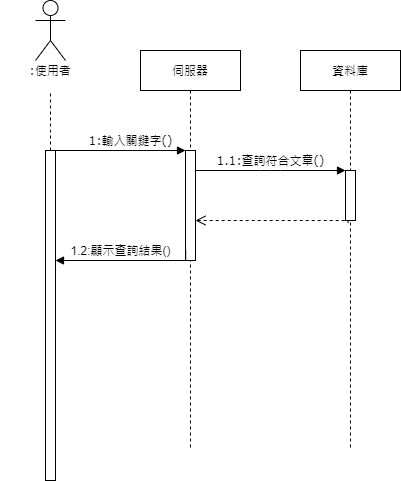
10746010/Plearnet-back-end keeps this draw.io diagram as src/main/uml/keysearch-2.png. Above is the earlier version. Source tidied: cells renumbered, new cells last; positions are measured from the earlier drawing's top-left corner, leaving out a move shared by most shapes. Its diagram source:
```xml
<mxGraphModel background="#ffffff">
  <root>
    <mxCell id="0" />
    <mxCell id="1" parent="0" />
    <mxCell id="2" value="伺服器" style="shape=umlLifeline;perimeter=lifelinePerimeter;whiteSpace=wrap;html=1;rounded=0;shadow=0;comic=0;labelBackgroundColor=none;strokeWidth=1;fontFamily=Verdana;fontSize=12;align=center;" parent="1" vertex="1">
      <mxGeometry x="140" y="50" width="100" height="400" as="geometry" />
    </mxCell>
    <mxCell id="3" style="html=1;points=[];perimeter=orthogonalPerimeter;rounded=0;shadow=0;comic=0;labelBackgroundColor=none;strokeWidth=1;fontFamily=Verdana;fontSize=12;align=center;" parent="2" vertex="1">
      <mxGeometry x="45" y="100" width="10" height="110" as="geometry" />
    </mxCell>
    <mxCell id="4" style="html=1;verticalAlign=bottom;endArrow=open;dashed=1;endSize=8;rounded=0;edgeStyle=orthogonalEdgeStyle;exitX=0.26;exitY=1.052;exitDx=0;exitDy=0;exitPerimeter=0;" parent="2" edge="1" source="6">
      <mxGeometry relative="1" as="geometry">
        <mxPoint x="55" y="170" as="targetPoint" />
        <Array as="points">
          <mxPoint x="208" y="170" />
        </Array>
      </mxGeometry>
    </mxCell>
    <mxCell id="5" value="資料庫" style="shape=umlLifeline;perimeter=lifelinePerimeter;whiteSpace=wrap;html=1;rounded=0;shadow=0;comic=0;labelBackgroundColor=none;strokeWidth=1;fontFamily=Verdana;fontSize=12;align=center;" parent="1" vertex="1">
      <mxGeometry x="300" y="50" width="100" height="400" as="geometry" />
    </mxCell>
    <mxCell id="6" style="html=1;points=[];perimeter=orthogonalPerimeter;rounded=0;shadow=0;comic=0;labelBackgroundColor=none;strokeWidth=1;fontFamily=Verdana;fontSize=12;align=center;" parent="5" vertex="1">
      <mxGeometry x="45" y="120" width="10" height="50" as="geometry" />
    </mxCell>
    <mxCell id="7" value=":使用者" style="shape=umlLifeline;perimeter=lifelinePerimeter;whiteSpace=wrap;html=1;rounded=1;shadow=0;comic=0;labelBackgroundColor=none;strokeWidth=1;fontFamily=Verdana;fontSize=12;align=center;fillColor=none;size=40;strokeColor=none;" parent="1" vertex="1">
      <mxGeometry y="50" width="100" height="400" as="geometry" />
    </mxCell>
    <mxCell id="8" style="html=1;points=[];perimeter=orthogonalPerimeter;rounded=0;shadow=0;comic=0;labelBackgroundColor=none;strokeWidth=1;fontFamily=Verdana;fontSize=12;align=center;" parent="7" vertex="1">
      <mxGeometry x="45" y="100" width="10" height="330" as="geometry" />
    </mxCell>
    <mxCell id="9" value="1:輸入關鍵字()" style="html=1;verticalAlign=bottom;endArrow=block;entryX=0;entryY=0;labelBackgroundColor=none;fontFamily=Verdana;fontSize=12;edgeStyle=elbowEdgeStyle;elbow=vertical;" parent="1" edge="1" source="8" target="3">
      <mxGeometry x="0.15" relative="1" as="geometry" />
    </mxCell>
    <mxCell id="10" value="1.1:查詢符合文章()" style="html=1;verticalAlign=bottom;endArrow=block;entryX=0;entryY=0;labelBackgroundColor=none;fontFamily=Verdana;fontSize=12;edgeStyle=elbowEdgeStyle;elbow=vertical;" parent="1" edge="1" source="3" target="6">
      <mxGeometry relative="1" as="geometry" />
    </mxCell>
    <mxCell id="11" style="shape=umlActor;verticalLabelPosition=bottom;verticalAlign=top;html=1;fillColor=none;gradientColor=none;" parent="1" vertex="1">
      <mxGeometry x="35" width="30" height="60" as="geometry" />
    </mxCell>
    <mxCell id="12" style="edgeStyle=orthogonalEdgeStyle;rounded=0;jettySize=auto;html=1;endArrow=none;endFill=0;dashed=1;" parent="1" edge="1" source="8">
      <mxGeometry relative="1" as="geometry">
        <mxPoint x="50" y="90" as="targetPoint" />
        <Array as="points">
          <mxPoint x="50" y="130" />
          <mxPoint x="50" y="130" />
        </Array>
      </mxGeometry>
    </mxCell>
    <mxCell id="13" value="1.2:顯示查詢結果()" style="edgeStyle=orthogonalEdgeStyle;rounded=0;jettySize=auto;html=1;endArrow=block;endFill=1;exitX=0.02;exitY=0.909;exitDx=0;exitDy=0;exitPerimeter=0;" parent="1" edge="1" source="3">
      <mxGeometry x="0.07" y="-10" relative="1" as="geometry">
        <mxPoint x="55" y="260" as="targetPoint" />
        <Array as="points">
          <mxPoint x="185" y="260" />
        </Array>
      </mxGeometry>
    </mxCell>
  </root>
</mxGraphModel>
```
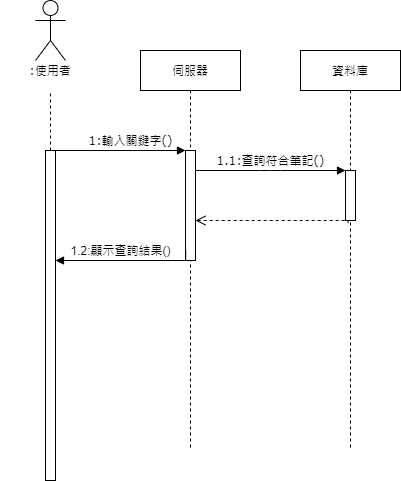
Later version of the same file.

Commit message:
update keysearch Sequence Diagram

The edit, as a diff of the source:
```diff
@@ -31,7 +31,7 @@
     <mxCell id="9" value="1:輸入關鍵字()" style="html=1;verticalAlign=bottom;endArrow=block;entryX=0;entryY=0;labelBackgroundColor=none;fontFamily=Verdana;fontSize=12;edgeStyle=elbowEdgeStyle;elbow=vertical;" parent="1" edge="1" source="8" target="3">
       <mxGeometry x="0.15" relative="1" as="geometry" />
     </mxCell>
-    <mxCell id="10" value="1.1:查詢符合文章()" style="html=1;verticalAlign=bottom;endArrow=block;entryX=0;entryY=0;labelBackgroundColor=none;fontFamily=Verdana;fontSize=12;edgeStyle=elbowEdgeStyle;elbow=vertical;" parent="1" edge="1" source="3" target="6">
+    <mxCell id="10" value="1.1:查詢符合筆記()" style="html=1;verticalAlign=bottom;endArrow=block;entryX=0;entryY=0;labelBackgroundColor=none;fontFamily=Verdana;fontSize=12;edgeStyle=elbowEdgeStyle;elbow=vertical;" parent="1" edge="1" source="3" target="6">
       <mxGeometry relative="1" as="geometry" />
     </mxCell>
     <mxCell id="11" style="shape=umlActor;verticalLabelPosition=bottom;verticalAlign=top;html=1;fillColor=none;gradientColor=none;" parent="1" vertex="1">
```
